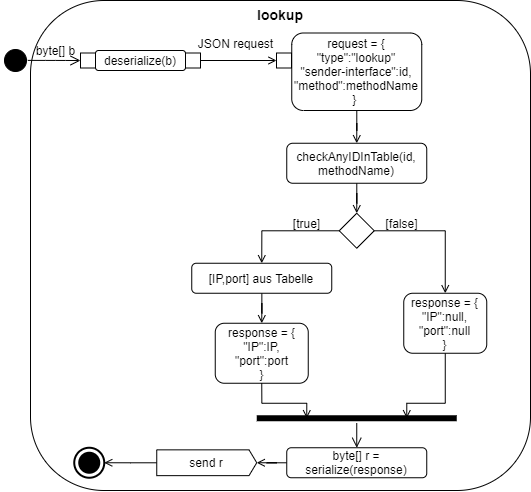
The draw.io diagram Doku/images/MW_AD_lookup.png in KjellooMelloo/gameoftrons, before a commit. Source tidied: cells renumbered, new cells last; positions are measured from the earlier drawing's top-left corner, leaving out a move shared by most shapes. The source it was exported from:
```xml
<mxGraphModel>
  <root>
    <mxCell id="0" />
    <mxCell id="1" parent="0" />
    <mxCell id="2" value="&lt;b&gt;&lt;font style=&quot;font-size: 14px&quot;&gt;lookup&lt;/font&gt;&lt;/b&gt;" style="rounded=1;whiteSpace=wrap;html=1;align=center;verticalAlign=top;" parent="1" vertex="1">
      <mxGeometry x="30" width="500" height="490" as="geometry" />
    </mxCell>
    <mxCell id="3" value="deserialize(b)" style="shape=rect;html=1;rounded=1;whiteSpace=wrap;align=center;" parent="1" vertex="1">
      <mxGeometry x="95" y="50" width="90" height="20" as="geometry" />
    </mxCell>
    <mxCell id="4" style="ellipse;html=1;shape=startState;fillColor=#000000;strokeColor=#000000;align=center;" parent="1" vertex="1">
      <mxGeometry y="45" width="30" height="30" as="geometry" />
    </mxCell>
    <mxCell id="5" style="edgeStyle=orthogonalEdgeStyle;html=1;verticalAlign=bottom;endArrow=open;endSize=8;strokeColor=#000000;entryX=0;entryY=0.5;entryDx=0;entryDy=0;exitX=0.909;exitY=0.496;exitDx=0;exitDy=0;exitPerimeter=0;" parent="1" edge="1" source="4" target="7">
      <mxGeometry relative="1" as="geometry" />
    </mxCell>
    <mxCell id="6" value="byte[] b" style="text;html=1;align=center;verticalAlign=middle;points=[];" parent="1" vertex="1">
      <mxGeometry x="30" y="40" width="50" height="20" as="geometry" />
    </mxCell>
    <mxCell id="7" style="rounded=0;whiteSpace=wrap;html=1;strokeColor=#000000;align=center;" parent="1" vertex="1">
      <mxGeometry x="80" y="52.5" width="15" height="15" as="geometry" />
    </mxCell>
    <mxCell id="8" style="edgeStyle=orthogonalEdgeStyle;rounded=0;jettySize=auto;html=1;endArrow=open;endFill=0;entryX=0.5;entryY=0;entryDx=0;entryDy=0;" parent="1" edge="1" source="9" target="11">
      <mxGeometry relative="1" as="geometry" />
    </mxCell>
    <mxCell id="9" value="request = {&lt;br&gt;&quot;type&quot;:&quot;lookup&quot;&lt;br&gt;&quot;sender-interface&quot;:id, &quot;method&quot;:methodName&lt;br&gt;}&amp;nbsp;" style="shape=rect;html=1;rounded=1;whiteSpace=wrap;align=center;" parent="1" vertex="1">
      <mxGeometry x="291.2" y="32.5" width="130" height="77.5" as="geometry" />
    </mxCell>
    <mxCell id="10" style="edgeStyle=orthogonalEdgeStyle;rounded=0;jettySize=auto;html=1;entryX=0.5;entryY=0;entryDx=0;entryDy=0;endArrow=open;endFill=0;" parent="1" edge="1" source="11" target="18">
      <mxGeometry relative="1" as="geometry" />
    </mxCell>
    <mxCell id="11" value="checkAnyIDInTable(id, methodName)" style="shape=rect;html=1;rounded=1;whiteSpace=wrap;align=center;" parent="1" vertex="1">
      <mxGeometry x="286.2" y="142.8" width="140" height="40" as="geometry" />
    </mxCell>
    <mxCell id="12" style="edgeStyle=orthogonalEdgeStyle;rounded=0;jettySize=auto;html=1;endArrow=open;endFill=0;" parent="1" edge="1" source="13" target="14">
      <mxGeometry relative="1" as="geometry" />
    </mxCell>
    <mxCell id="13" style="rounded=0;whiteSpace=wrap;html=1;strokeColor=#000000;align=center;" parent="1" vertex="1">
      <mxGeometry x="185" y="52.5" width="15" height="15" as="geometry" />
    </mxCell>
    <mxCell id="14" style="rounded=0;whiteSpace=wrap;html=1;strokeColor=#000000;align=center;" parent="1" vertex="1">
      <mxGeometry x="276" y="52.5" width="15" height="15" as="geometry" />
    </mxCell>
    <mxCell id="15" value="JSON request" style="text;html=1;align=center;verticalAlign=middle;" parent="1" vertex="1">
      <mxGeometry x="190" y="32.5" width="90" height="20" as="geometry" />
    </mxCell>
    <mxCell id="16" style="edgeStyle=orthogonalEdgeStyle;rounded=0;jettySize=auto;html=1;entryX=0.5;entryY=0;entryDx=0;entryDy=0;endArrow=open;endFill=0;" parent="1" edge="1" source="18" target="20">
      <mxGeometry relative="1" as="geometry" />
    </mxCell>
    <mxCell id="17" style="edgeStyle=orthogonalEdgeStyle;rounded=0;jettySize=auto;html=1;entryX=0.5;entryY=0;entryDx=0;entryDy=0;endArrow=open;endFill=0;" parent="1" edge="1" source="18" target="22">
      <mxGeometry relative="1" as="geometry" />
    </mxCell>
    <mxCell id="18" style="rhombus;whiteSpace=wrap;html=1;strokeColor=#000000;align=center;" parent="1" vertex="1">
      <mxGeometry x="338.8" y="212.8" width="35" height="35" as="geometry" />
    </mxCell>
    <mxCell id="19" style="edgeStyle=orthogonalEdgeStyle;rounded=0;jettySize=auto;html=1;entryX=0.5;entryY=0;entryDx=0;entryDy=0;endArrow=open;endFill=0;" parent="1" edge="1" source="20" target="26">
      <mxGeometry relative="1" as="geometry" />
    </mxCell>
    <mxCell id="20" value="[IP,port] aus Tabelle" style="shape=rect;html=1;rounded=1;whiteSpace=wrap;align=center;" parent="1" vertex="1">
      <mxGeometry x="191.2" y="262.8" width="140" height="30" as="geometry" />
    </mxCell>
    <mxCell id="21" style="edgeStyle=orthogonalEdgeStyle;rounded=0;jettySize=auto;html=1;entryX=0.75;entryY=0.5;entryDx=0;entryDy=0;entryPerimeter=0;endArrow=open;endFill=0;strokeColor=#000000;" parent="1" edge="1" source="22" target="30">
      <mxGeometry relative="1" as="geometry">
        <Array as="points">
          <mxPoint x="445.2" y="402.8" />
          <mxPoint x="406.2" y="402.8" />
        </Array>
      </mxGeometry>
    </mxCell>
    <mxCell id="22" value="response = {&lt;br&gt;&quot;IP&quot;:null,&lt;br&gt;&quot;port&quot;:null&lt;br&gt;}" style="shape=rect;html=1;rounded=1;whiteSpace=wrap;align=center;" parent="1" vertex="1">
      <mxGeometry x="403.2" y="292.8" width="83" height="60" as="geometry" />
    </mxCell>
    <mxCell id="23" value="[true]" style="text;html=1;align=center;verticalAlign=middle;" parent="1" vertex="1">
      <mxGeometry x="286.2" y="212.8" width="40" height="20" as="geometry" />
    </mxCell>
    <mxCell id="24" value="[false]" style="text;html=1;align=center;verticalAlign=middle;" parent="1" vertex="1">
      <mxGeometry x="376.2" y="212.8" width="50" height="20" as="geometry" />
    </mxCell>
    <mxCell id="25" style="html=1;shape=mxgraph.sysml.actFinal;strokeWidth=2;verticalLabelPosition=bottom;verticalAlignment=top;align=center;" parent="1" vertex="1">
      <mxGeometry x="73.8" y="447.2" width="30" height="30" as="geometry" />
    </mxCell>
    <mxCell id="26" value="response = {&lt;br&gt;&quot;IP&quot;:IP,&lt;br&gt;&quot;port&quot;:port&lt;br&gt;}" style="shape=rect;html=1;rounded=1;whiteSpace=wrap;align=center;" parent="1" vertex="1">
      <mxGeometry x="214.8" y="322.8" width="93" height="60" as="geometry" />
    </mxCell>
    <mxCell id="27" style="edgeStyle=orthogonalEdgeStyle;rounded=0;jettySize=auto;html=1;entryX=0.25;entryY=0.5;entryDx=0;entryDy=0;entryPerimeter=0;endArrow=open;endFill=0;strokeColor=#000000;exitX=0.5;exitY=1;exitDx=0;exitDy=0;" parent="1" edge="1" source="26" target="30">
      <mxGeometry relative="1" as="geometry">
        <Array as="points">
          <mxPoint x="261.2" y="402.8" />
          <mxPoint x="306.2" y="402.8" />
        </Array>
      </mxGeometry>
    </mxCell>
    <mxCell id="28" style="edgeStyle=orthogonalEdgeStyle;rounded=0;jettySize=auto;html=1;entryX=1;entryY=0.5;entryDx=0;entryDy=0;entryPerimeter=0;endArrow=open;endFill=0;strokeColor=#000000;" parent="1" edge="1" source="29" target="33">
      <mxGeometry relative="1" as="geometry" />
    </mxCell>
    <mxCell id="29" value="byte[] r = serialize(response)" style="shape=rect;html=1;rounded=1;whiteSpace=wrap;align=center;" parent="1" vertex="1">
      <mxGeometry x="286.2" y="447.2" width="140" height="30" as="geometry" />
    </mxCell>
    <mxCell id="30" style="shape=line;html=1;strokeWidth=6;strokeColor=#000000;" parent="1" vertex="1">
      <mxGeometry x="256.2" y="412.8" width="200" height="10" as="geometry" />
    </mxCell>
    <mxCell id="31" style="edgeStyle=orthogonalEdgeStyle;html=1;verticalAlign=bottom;endArrow=open;endSize=8;strokeColor=#000000;entryX=0.5;entryY=0;entryDx=0;entryDy=0;" parent="1" edge="1" source="30" target="29">
      <mxGeometry relative="1" as="geometry" />
    </mxCell>
    <mxCell id="32" style="edgeStyle=orthogonalEdgeStyle;rounded=0;jettySize=auto;html=1;entryX=1;entryY=0.5;entryDx=0;entryDy=0;entryPerimeter=0;endArrow=open;endFill=0;strokeColor=#000000;" parent="1" edge="1" source="33" target="25">
      <mxGeometry relative="1" as="geometry" />
    </mxCell>
    <mxCell id="33" value="send r" style="html=1;shape=mxgraph.sysml.sendSigAct;strokeWidth=1;whiteSpace=wrap;align=center;" parent="1" vertex="1">
      <mxGeometry x="156.2" y="449.4" width="100" height="25.8" as="geometry" />
    </mxCell>
  </root>
</mxGraphModel>
```
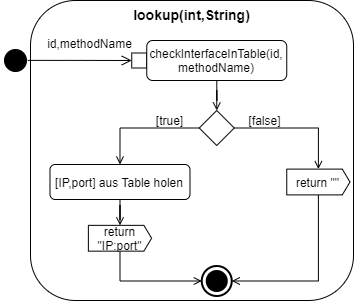
Later version of the same file.

Commit message:
reworked bind and lookup. Nachrichtenformat code block json now

Diff of the diagram source:
```diff
@@ -2,111 +2,62 @@
   <root>
     <mxCell id="0" />
     <mxCell id="1" parent="0" />
-    <mxCell id="2" value="&lt;b&gt;&lt;font style=&quot;font-size: 14px&quot;&gt;lookup&lt;/font&gt;&lt;/b&gt;" style="rounded=1;whiteSpace=wrap;html=1;align=center;verticalAlign=top;" parent="1" vertex="1">
-      <mxGeometry x="30" width="500" height="490" as="geometry" />
+    <mxCell id="2" value="&lt;b&gt;&lt;font style=&quot;font-size: 14px&quot;&gt;lookup(int,String)&lt;/font&gt;&lt;/b&gt;" style="rounded=1;whiteSpace=wrap;html=1;align=center;verticalAlign=top;" parent="1" vertex="1">
+      <mxGeometry x="30" width="323" height="300" as="geometry" />
     </mxCell>
-    <mxCell id="3" value="deserialize(b)" style="shape=rect;html=1;rounded=1;whiteSpace=wrap;align=center;" parent="1" vertex="1">
-      <mxGeometry x="95" y="50" width="90" height="20" as="geometry" />
+    <mxCell id="3" style="ellipse;html=1;shape=startState;fillColor=#000000;strokeColor=#000000;align=center;" parent="1" vertex="1">
+      <mxGeometry y="45" width="30" height="30" as="geometry" />
     </mxCell>
-    <mxCell id="4" style="ellipse;html=1;shape=startState;fillColor=#000000;strokeColor=#000000;align=center;" parent="1" vertex="1">
-      <mxGeometry y="45" width="30" height="30" as="geometry" />
+    <mxCell id="4" style="edgeStyle=orthogonalEdgeStyle;html=1;verticalAlign=bottom;endArrow=open;endSize=8;strokeColor=#000000;entryX=0;entryY=0.5;entryDx=0;entryDy=0;exitX=0.909;exitY=0.496;exitDx=0;exitDy=0;exitPerimeter=0;" parent="1" edge="1" source="3" target="6">
+      <mxGeometry relative="1" as="geometry" />
     </mxCell>
-    <mxCell id="5" style="edgeStyle=orthogonalEdgeStyle;html=1;verticalAlign=bottom;endArrow=open;endSize=8;strokeColor=#000000;entryX=0;entryY=0.5;entryDx=0;entryDy=0;exitX=0.909;exitY=0.496;exitDx=0;exitDy=0;exitPerimeter=0;" parent="1" edge="1" source="4" target="7">
-      <mxGeometry relative="1" as="geometry" />
+    <mxCell id="5" value="id,methodName" style="text;html=1;align=center;verticalAlign=middle;" parent="1" vertex="1">
+      <mxGeometry x="38.8" y="32.5" width="100" height="20" as="geometry" />
     </mxCell>
-    <mxCell id="6" value="byte[] b" style="text;html=1;align=center;verticalAlign=middle;points=[];" parent="1" vertex="1">
-      <mxGeometry x="30" y="40" width="50" height="20" as="geometry" />
+    <mxCell id="6" style="rounded=0;whiteSpace=wrap;html=1;strokeColor=#000000;align=center;" parent="1" vertex="1">
+      <mxGeometry x="131.3" y="52.5" width="15" height="15" as="geometry" />
     </mxCell>
-    <mxCell id="7" style="rounded=0;whiteSpace=wrap;html=1;strokeColor=#000000;align=center;" parent="1" vertex="1">
-      <mxGeometry x="80" y="52.5" width="15" height="15" as="geometry" />
+    <mxCell id="7" style="edgeStyle=orthogonalEdgeStyle;rounded=0;jettySize=auto;html=1;entryX=0.5;entryY=0;entryDx=0;entryDy=0;endArrow=open;endFill=0;" parent="1" edge="1" source="8" target="11">
+      <mxGeometry relative="1" as="geometry" />
     </mxCell>
-    <mxCell id="8" style="edgeStyle=orthogonalEdgeStyle;rounded=0;jettySize=auto;html=1;endArrow=open;endFill=0;entryX=0.5;entryY=0;entryDx=0;entryDy=0;" parent="1" edge="1" source="9" target="11">
-      <mxGeometry relative="1" as="geometry" />
+    <mxCell id="8" value="checkInterfaceInTable(id, methodName)" style="shape=rect;html=1;rounded=1;whiteSpace=wrap;align=center;" parent="1" vertex="1">
+      <mxGeometry x="146.2" y="40" width="140" height="40" as="geometry" />
     </mxCell>
-    <mxCell id="9" value="request = {&lt;br&gt;&quot;type&quot;:&quot;lookup&quot;&lt;br&gt;&quot;sender-interface&quot;:id, &quot;method&quot;:methodName&lt;br&gt;}&amp;nbsp;" style="shape=rect;html=1;rounded=1;whiteSpace=wrap;align=center;" parent="1" vertex="1">
-      <mxGeometry x="291.2" y="32.5" width="130" height="77.5" as="geometry" />
+    <mxCell id="9" style="edgeStyle=orthogonalEdgeStyle;rounded=0;jettySize=auto;html=1;entryX=0.5;entryY=0;entryDx=0;entryDy=0;endArrow=open;endFill=0;" parent="1" edge="1" source="11" target="20">
+      <mxGeometry relative="1" as="geometry" />
     </mxCell>
-    <mxCell id="10" style="edgeStyle=orthogonalEdgeStyle;rounded=0;jettySize=auto;html=1;entryX=0.5;entryY=0;entryDx=0;entryDy=0;endArrow=open;endFill=0;" parent="1" edge="1" source="11" target="18">
+    <mxCell id="10" style="edgeStyle=orthogonalEdgeStyle;rounded=0;jettySize=auto;html=1;entryX=0.5;entryY=0;entryDx=0;entryDy=0;endArrow=open;endFill=0;entryPerimeter=0;" parent="1" edge="1" source="11" target="16">
       <mxGeometry relative="1" as="geometry" />
     </mxCell>
-    <mxCell id="11" value="checkAnyIDInTable(id, methodName)" style="shape=rect;html=1;rounded=1;whiteSpace=wrap;align=center;" parent="1" vertex="1">
-      <mxGeometry x="286.2" y="142.8" width="140" height="40" as="geometry" />
+    <mxCell id="11" style="rhombus;whiteSpace=wrap;html=1;strokeColor=#000000;align=center;" parent="1" vertex="1">
+      <mxGeometry x="198.8" y="110" width="35" height="35" as="geometry" />
     </mxCell>
-    <mxCell id="12" style="edgeStyle=orthogonalEdgeStyle;rounded=0;jettySize=auto;html=1;endArrow=open;endFill=0;" parent="1" edge="1" source="13" target="14">
-      <mxGeometry relative="1" as="geometry" />
+    <mxCell id="12" value="[true]" style="text;html=1;align=center;verticalAlign=middle;" parent="1" vertex="1">
+      <mxGeometry x="149.5" y="110" width="40" height="20" as="geometry" />
     </mxCell>
-    <mxCell id="13" style="rounded=0;whiteSpace=wrap;html=1;strokeColor=#000000;align=center;" parent="1" vertex="1">
-      <mxGeometry x="185" y="52.5" width="15" height="15" as="geometry" />
+    <mxCell id="13" value="[false]" style="text;html=1;align=center;verticalAlign=middle;points=[];" parent="1" vertex="1">
+      <mxGeometry x="239.5" y="110" width="50" height="20" as="geometry" />
     </mxCell>
-    <mxCell id="14" style="rounded=0;whiteSpace=wrap;html=1;strokeColor=#000000;align=center;" parent="1" vertex="1">
-      <mxGeometry x="276" y="52.5" width="15" height="15" as="geometry" />
+    <mxCell id="14" style="html=1;shape=mxgraph.sysml.actFinal;strokeWidth=2;verticalLabelPosition=bottom;verticalAlignment=top;align=center;" parent="1" vertex="1">
+      <mxGeometry x="201.2" y="265.5" width="30" height="30" as="geometry" />
     </mxCell>
-    <mxCell id="15" value="JSON request" style="text;html=1;align=center;verticalAlign=middle;" parent="1" vertex="1">
-      <mxGeometry x="190" y="32.5" width="90" height="20" as="geometry" />
+    <mxCell id="15" style="edgeStyle=orthogonalEdgeStyle;rounded=0;jettySize=auto;html=1;entryX=1;entryY=0.5;entryDx=0;entryDy=0;entryPerimeter=0;endArrow=open;endFill=0;strokeColor=#000000;exitX=0.5;exitY=1;exitDx=0;exitDy=0;exitPerimeter=0;" parent="1" edge="1" source="16" target="14">
+      <mxGeometry relative="1" as="geometry" />
     </mxCell>
-    <mxCell id="16" style="edgeStyle=orthogonalEdgeStyle;rounded=0;jettySize=auto;html=1;entryX=0.5;entryY=0;entryDx=0;entryDy=0;endArrow=open;endFill=0;" parent="1" edge="1" source="18" target="20">
-      <mxGeometry relative="1" as="geometry" />
+    <mxCell id="16" value="return &quot;&quot;" style="html=1;shape=mxgraph.sysml.sendSigAct;strokeWidth=1;whiteSpace=wrap;align=center;" parent="1" vertex="1">
+      <mxGeometry x="286.2" y="168.6" width="63.2" height="25.8" as="geometry" />
     </mxCell>
-    <mxCell id="17" style="edgeStyle=orthogonalEdgeStyle;rounded=0;jettySize=auto;html=1;entryX=0.5;entryY=0;entryDx=0;entryDy=0;endArrow=open;endFill=0;" parent="1" edge="1" source="18" target="22">
+    <mxCell id="17" style="edgeStyle=orthogonalEdgeStyle;rounded=0;jettySize=auto;html=1;entryX=0;entryY=0.5;entryDx=0;entryDy=0;entryPerimeter=0;endArrow=open;endFill=0;exitX=0.5;exitY=1;exitDx=0;exitDy=0;exitPerimeter=0;" parent="1" edge="1" source="18" target="14">
       <mxGeometry relative="1" as="geometry" />
     </mxCell>
-    <mxCell id="18" style="rhombus;whiteSpace=wrap;html=1;strokeColor=#000000;align=center;" parent="1" vertex="1">
-      <mxGeometry x="338.8" y="212.8" width="35" height="35" as="geometry" />
+    <mxCell id="18" value="return &quot;IP:port&quot;" style="html=1;shape=mxgraph.sysml.sendSigAct;strokeWidth=1;whiteSpace=wrap;align=center;" parent="1" vertex="1">
+      <mxGeometry x="87.9" y="224.9" width="63.2" height="25.8" as="geometry" />
     </mxCell>
-    <mxCell id="19" style="edgeStyle=orthogonalEdgeStyle;rounded=0;jettySize=auto;html=1;entryX=0.5;entryY=0;entryDx=0;entryDy=0;endArrow=open;endFill=0;" parent="1" edge="1" source="20" target="26">
+    <mxCell id="19" style="edgeStyle=orthogonalEdgeStyle;rounded=0;jettySize=auto;html=1;entryX=0.5;entryY=0;entryDx=0;entryDy=0;entryPerimeter=0;endArrow=open;endFill=0;" parent="1" edge="1" source="20" target="18">
       <mxGeometry relative="1" as="geometry" />
     </mxCell>
-    <mxCell id="20" value="[IP,port] aus Tabelle" style="shape=rect;html=1;rounded=1;whiteSpace=wrap;align=center;" parent="1" vertex="1">
-      <mxGeometry x="191.2" y="262.8" width="140" height="30" as="geometry" />
+    <mxCell id="20" value="[IP,port] aus Table holen" style="shape=rect;html=1;rounded=1;whiteSpace=wrap;align=center;" parent="1" vertex="1">
+      <mxGeometry x="49.5" y="164" width="140" height="35" as="geometry" />
     </mxCell>
-    <mxCell id="21" style="edgeStyle=orthogonalEdgeStyle;rounded=0;jettySize=auto;html=1;entryX=0.75;entryY=0.5;entryDx=0;entryDy=0;entryPerimeter=0;endArrow=open;endFill=0;strokeColor=#000000;" parent="1" edge="1" source="22" target="30">
-      <mxGeometry relative="1" as="geometry">
-        <Array as="points">
-          <mxPoint x="445.2" y="402.8" />
-          <mxPoint x="406.2" y="402.8" />
-        </Array>
-      </mxGeometry>
-    </mxCell>
-    <mxCell id="22" value="response = {&lt;br&gt;&quot;IP&quot;:null,&lt;br&gt;&quot;port&quot;:null&lt;br&gt;}" style="shape=rect;html=1;rounded=1;whiteSpace=wrap;align=center;" parent="1" vertex="1">
-      <mxGeometry x="403.2" y="292.8" width="83" height="60" as="geometry" />
-    </mxCell>
-    <mxCell id="23" value="[true]" style="text;html=1;align=center;verticalAlign=middle;" parent="1" vertex="1">
-      <mxGeometry x="286.2" y="212.8" width="40" height="20" as="geometry" />
-    </mxCell>
-    <mxCell id="24" value="[false]" style="text;html=1;align=center;verticalAlign=middle;" parent="1" vertex="1">
-      <mxGeometry x="376.2" y="212.8" width="50" height="20" as="geometry" />
-    </mxCell>
-    <mxCell id="25" style="html=1;shape=mxgraph.sysml.actFinal;strokeWidth=2;verticalLabelPosition=bottom;verticalAlignment=top;align=center;" parent="1" vertex="1">
-      <mxGeometry x="73.8" y="447.2" width="30" height="30" as="geometry" />
-    </mxCell>
-    <mxCell id="26" value="response = {&lt;br&gt;&quot;IP&quot;:IP,&lt;br&gt;&quot;port&quot;:port&lt;br&gt;}" style="shape=rect;html=1;rounded=1;whiteSpace=wrap;align=center;" parent="1" vertex="1">
-      <mxGeometry x="214.8" y="322.8" width="93" height="60" as="geometry" />
-    </mxCell>
-    <mxCell id="27" style="edgeStyle=orthogonalEdgeStyle;rounded=0;jettySize=auto;html=1;entryX=0.25;entryY=0.5;entryDx=0;entryDy=0;entryPerimeter=0;endArrow=open;endFill=0;strokeColor=#000000;exitX=0.5;exitY=1;exitDx=0;exitDy=0;" parent="1" edge="1" source="26" target="30">
-      <mxGeometry relative="1" as="geometry">
-        <Array as="points">
-          <mxPoint x="261.2" y="402.8" />
-          <mxPoint x="306.2" y="402.8" />
-        </Array>
-      </mxGeometry>
-    </mxCell>
-    <mxCell id="28" style="edgeStyle=orthogonalEdgeStyle;rounded=0;jettySize=auto;html=1;entryX=1;entryY=0.5;entryDx=0;entryDy=0;entryPerimeter=0;endArrow=open;endFill=0;strokeColor=#000000;" parent="1" edge="1" source="29" target="33">
-      <mxGeometry relative="1" as="geometry" />
-    </mxCell>
-    <mxCell id="29" value="byte[] r = serialize(response)" style="shape=rect;html=1;rounded=1;whiteSpace=wrap;align=center;" parent="1" vertex="1">
-      <mxGeometry x="286.2" y="447.2" width="140" height="30" as="geometry" />
-    </mxCell>
-    <mxCell id="30" style="shape=line;html=1;strokeWidth=6;strokeColor=#000000;" parent="1" vertex="1">
-      <mxGeometry x="256.2" y="412.8" width="200" height="10" as="geometry" />
-    </mxCell>
-    <mxCell id="31" style="edgeStyle=orthogonalEdgeStyle;html=1;verticalAlign=bottom;endArrow=open;endSize=8;strokeColor=#000000;entryX=0.5;entryY=0;entryDx=0;entryDy=0;" parent="1" edge="1" source="30" target="29">
-      <mxGeometry relative="1" as="geometry" />
-    </mxCell>
-    <mxCell id="32" style="edgeStyle=orthogonalEdgeStyle;rounded=0;jettySize=auto;html=1;entryX=1;entryY=0.5;entryDx=0;entryDy=0;entryPerimeter=0;endArrow=open;endFill=0;strokeColor=#000000;" parent="1" edge="1" source="33" target="25">
-      <mxGeometry relative="1" as="geometry" />
-    </mxCell>
-    <mxCell id="33" value="send r" style="html=1;shape=mxgraph.sysml.sendSigAct;strokeWidth=1;whiteSpace=wrap;align=center;" parent="1" vertex="1">
-      <mxGeometry x="156.2" y="449.4" width="100" height="25.8" as="geometry" />
-    </mxCell>
   </root>
 </mxGraphModel>
```
